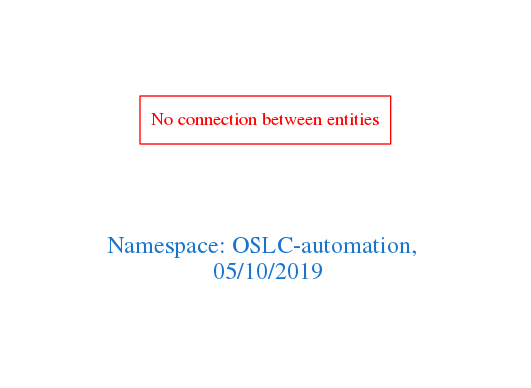
arago/OGIT keeps this Graphviz diagram as downloads/OSLC-automation.png. Above is the earlier version. Its source is kept beside it as downloads/OSLC-automation.dot. Its diagram source:
```dot
digraph OGIT_ontology {
 graph [ rankdir= LR,pad=1
fontsize = 18,
fontcolor= dodgerblue3,label = "\n\n\nNamespace: OSLC-automation, \n 05/10/2019"];
node[shape=polygon];
edge [  color="gray81"];

"No connection between entities" [fontcolor = "red",color="red", shape="polygon"]
}
```
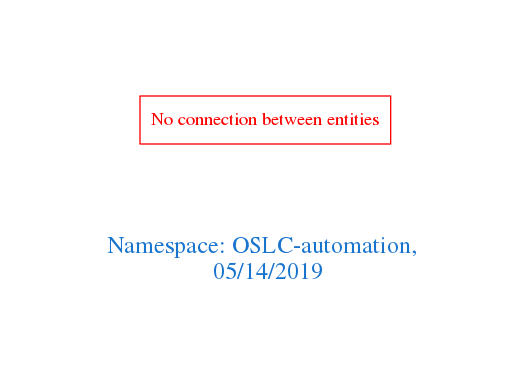
Later version of the same file.

Change to the diagram source:
```diff
@@ -1,7 +1,7 @@
 digraph OGIT_ontology {
  graph [ rankdir= LR,pad=1
 fontsize = 18,
-fontcolor= dodgerblue3,label = "\n\n\nNamespace: OSLC-automation, \n 05/10/2019"];
+fontcolor= dodgerblue3,label = "\n\n\nNamespace: OSLC-automation, \n 05/14/2019"];
 node[shape=polygon];
 edge [  color="gray81"];
 
```
